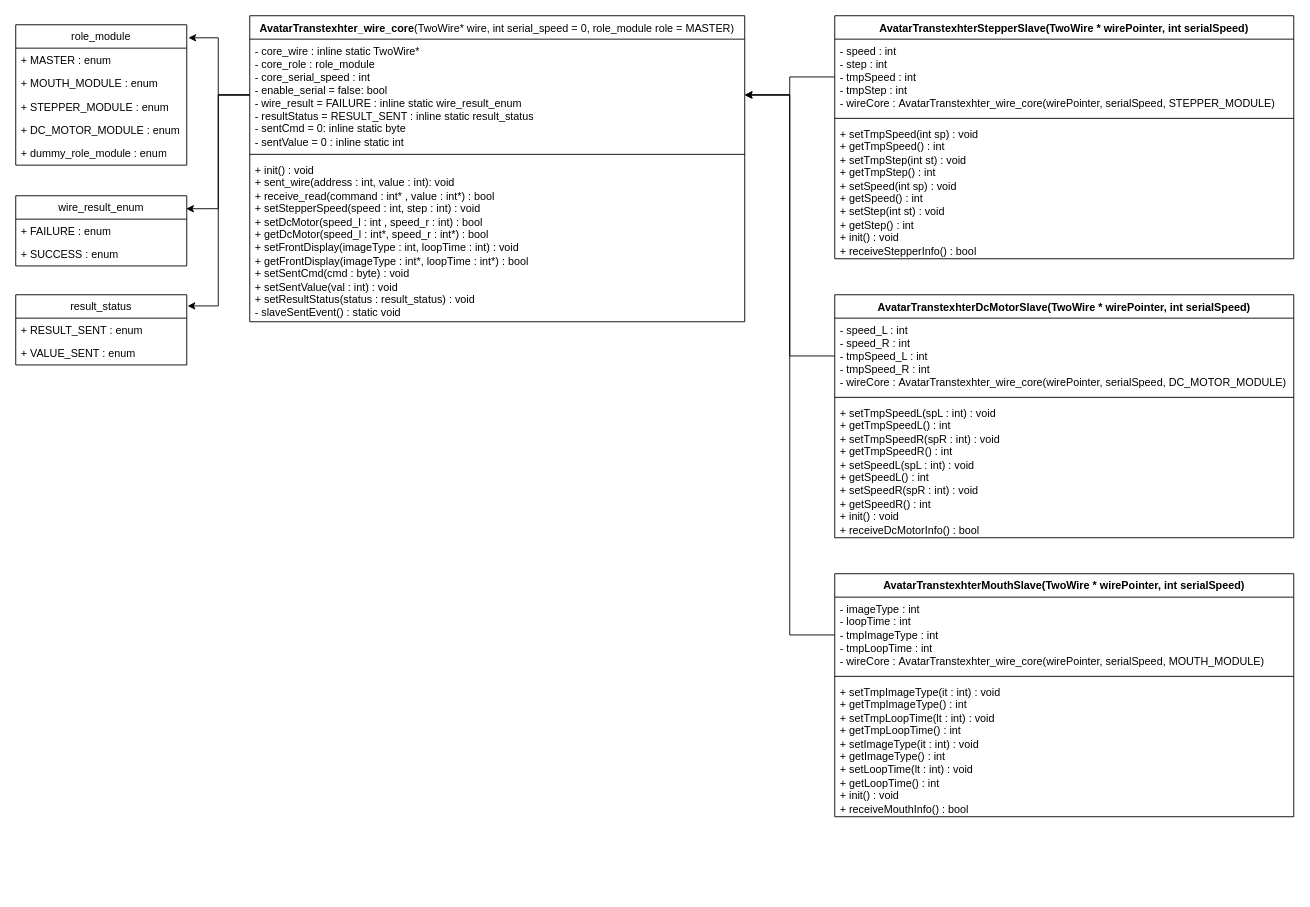
Above: page "クラス図" (1 of 9) of doc/AvatarTranstexhter_wire_core_sequence.drawio in tremagiro/AvatarTranstexhter_wire_core (draw.io), before the change. Source tidied: cells renumbered, new cells numbered last; positions are measured from the earlier drawing's top-left corner, leaving out a move shared by most shapes. Both pictures are drawn from the tidied source at 90%, with x=0, y=0 at pixel (15, 15).
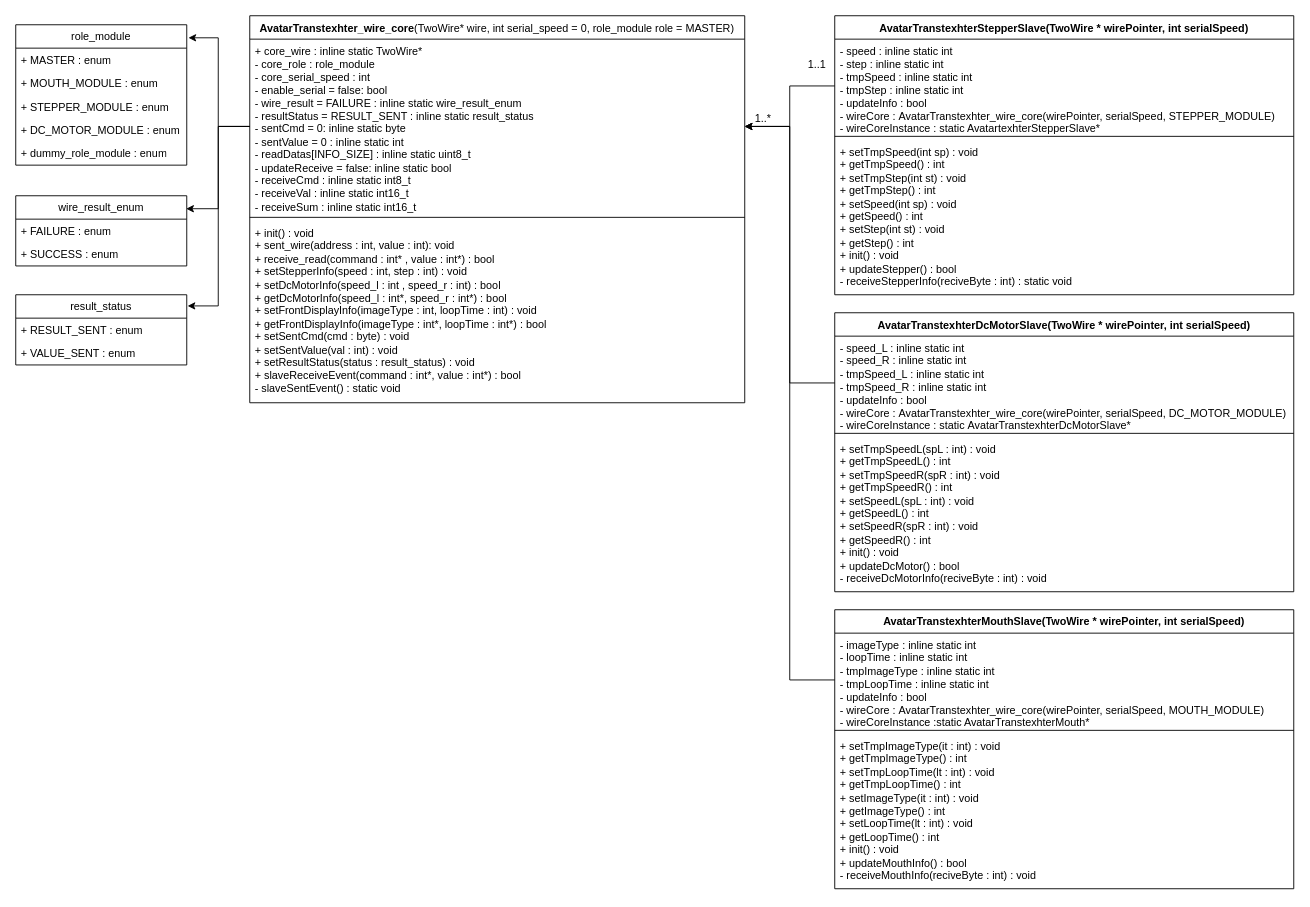
The same diagram, later.

What changed in the source:
```diff
@@
     <mxCell id="2" value="AvatarTranstexhter_wire_core&lt;span style=&quot;font-weight: 400; text-align: left;&quot;&gt;(TwoWire* wire, int serial_speed = 0,&amp;nbsp;&lt;/span&gt;&lt;span style=&quot;font-weight: 400; text-align: left;&quot;&gt;role_module role = MASTER&lt;/span&gt;&lt;span style=&quot;font-weight: 400; text-align: left;&quot;&gt;)&lt;/span&gt;" style="swimlane;fontStyle=1;align=center;verticalAlign=top;horizontal=1;startSize=26;whiteSpace=wrap;html=1;" parent="1" vertex="1">
-      <mxGeometry x="260" width="550" height="340" as="geometry" />
+      <mxGeometry x="260" width="550" height="430" as="geometry" />
     </mxCell>
-    <mxCell id="3" value="- core_wire : inline static TwoWire*&lt;div&gt;- core_role : role_module&lt;/div&gt;&lt;div&gt;- core_serial_speed : int&lt;/div&gt;&lt;div&gt;- enable_serial = false: bool&lt;/div&gt;&lt;div&gt;- wire_result = FAILURE : inline static wire_result_enum&lt;/div&gt;&lt;div&gt;- resultStatus = RESULT_SENT : inline static result_status&lt;/div&gt;&lt;div&gt;- sentCmd = 0: inline static byte&lt;/div&gt;&lt;div&gt;- sentValue = 0 : inline static int&lt;/div&gt;" style="text;strokeColor=none;fillColor=none;align=left;verticalAlign=top;spacingLeft=4;spacingRight=4;overflow=hidden;points=[[0,0.5],[1,0.5]];portConstraint=eastwest;whiteSpace=wrap;html=1;" parent="2" vertex="1">
-      <mxGeometry y="26" width="550" height="124" as="geometry" />
+    <mxCell id="3" value="+ core_wire : inline static TwoWire*&lt;div&gt;- core_role : role_module&lt;/div&gt;&lt;div&gt;- core_serial_speed : int&lt;/div&gt;&lt;div&gt;- enable_serial = false: bool&lt;/div&gt;&lt;div&gt;- wire_result = FAILURE : inline static wire_result_enum&lt;/div&gt;&lt;div&gt;- resultStatus = RESULT_SENT : inline static result_status&lt;/div&gt;&lt;div&gt;- sentCmd = 0: inline static byte&lt;/div&gt;&lt;div&gt;- sentValue = 0 : inline static int&lt;/div&gt;&lt;div&gt;- readDatas[INFO_SIZE] : inline static uint8_t&lt;/div&gt;&lt;div&gt;- updateReceive = false: inline static bool&lt;/div&gt;&lt;div&gt;- receiveCmd : inline static int8_t&lt;/div&gt;&lt;div&gt;- receiveVal : inline static int16_t&lt;/div&gt;&lt;div&gt;- receiveSum : inline static int16_t&lt;/div&gt;" style="text;strokeColor=none;fillColor=none;align=left;verticalAlign=top;spacingLeft=4;spacingRight=4;overflow=hidden;points=[[0,0.5],[1,0.5]];portConstraint=eastwest;whiteSpace=wrap;html=1;" parent="2" vertex="1">
+      <mxGeometry y="26" width="550" height="194" as="geometry" />
     </mxCell>
     <mxCell id="4" style="line;strokeWidth=1;fillColor=none;align=left;verticalAlign=middle;spacingTop=-1;spacingLeft=3;spacingRight=3;labelPosition=right;strokeColor=inherit;" parent="2" vertex="1">
-      <mxGeometry y="150" width="550" height="8" as="geometry" />
+      <mxGeometry y="220" width="550" height="8" as="geometry" />
     </mxCell>
-    <mxCell id="5" value="&lt;div&gt;&lt;span style=&quot;background-color: transparent; color: light-dark(rgb(0, 0, 0), rgb(255, 255, 255));&quot;&gt;+ init() : void&lt;/span&gt;&lt;/div&gt;&lt;div&gt;&lt;span style=&quot;background-color: transparent; color: light-dark(rgb(0, 0, 0), rgb(255, 255, 255));&quot;&gt;+ sent_wire(address : int, value : int): void&lt;/span&gt;&lt;/div&gt;&lt;div&gt;+ receive_read(command : int* , value : int*) : bool&lt;/div&gt;&lt;div&gt;+ setStepperSpeed(speed : int, step : int) : void&lt;/div&gt;&lt;div&gt;+ setDcMotor(speed_l : int , speed_r : int) : bool&lt;/div&gt;&lt;div&gt;+ getDcMotor(speed_l : int*, speed_r : int*) : bool&lt;/div&gt;&lt;div&gt;+ setFrontDisplay(imageType : int, loopTime : int) : void&lt;/div&gt;&lt;div&gt;+ getFrontDisplay(imageType : int*, loopTime : int*) : bool&lt;/div&gt;&lt;div&gt;+ setSentCmd(cmd : byte) : void&lt;/div&gt;&lt;div&gt;+ setSentValue(val : int) : void&lt;/div&gt;&lt;div&gt;+ setResultStatus(status : result_status) : void&lt;/div&gt;-&amp;nbsp;&lt;span style=&quot;background-color: rgb(255, 255, 255); white-space: pre;&quot;&gt;&lt;font face=&quot;Helvetica&quot; style=&quot;color: rgb(0, 0, 0);&quot;&gt;slaveSentEvent&lt;/font&gt;&lt;/span&gt;&lt;span style=&quot;background-color: transparent; color: light-dark(rgb(0, 0, 0), rgb(255, 255, 255));&quot;&gt;() : static void&lt;/span&gt;" style="text;strokeColor=none;fillColor=none;align=left;verticalAlign=top;spacingLeft=4;spacingRight=4;overflow=hidden;whiteSpace=wrap;html=1;" parent="2" vertex="1">
-      <mxGeometry y="158" width="550" height="182" as="geometry" />
+    <mxCell id="5" value="&lt;div&gt;&lt;span style=&quot;background-color: transparent; color: light-dark(rgb(0, 0, 0), rgb(255, 255, 255));&quot;&gt;+ init() : void&lt;/span&gt;&lt;/div&gt;&lt;div&gt;&lt;span style=&quot;background-color: transparent; color: light-dark(rgb(0, 0, 0), rgb(255, 255, 255));&quot;&gt;+ sent_wire(address : int, value : int): void&lt;/span&gt;&lt;/div&gt;&lt;div&gt;+ receive_read(command : int* , value : int*) : bool&lt;/div&gt;&lt;div&gt;+ setStepperInfo(speed : int, step : int) : void&lt;/div&gt;&lt;div&gt;+ setDcMotorInfo(speed_l : int , speed_r : int) : bool&lt;/div&gt;&lt;div&gt;+ getDcMotorInfo(speed_l : int*, speed_r : int*) : bool&lt;/div&gt;&lt;div&gt;+ setFrontDisplayInfo(imageType : int, loopTime : int) : void&lt;/div&gt;&lt;div&gt;+ getFrontDisplayInfo(imageType : int*, loopTime : int*) : bool&lt;/div&gt;&lt;div&gt;+ setSentCmd(cmd : byte) : void&lt;/div&gt;&lt;div&gt;+ setSentValue(val : int) : void&lt;/div&gt;&lt;div&gt;+ setResultStatus(status : result_status) : void&lt;/div&gt;&lt;div&gt;+ slaveReceiveEvent(command : int*, value : int*) : bool&lt;/div&gt;-&amp;nbsp;&lt;span style=&quot;background-color: rgb(255, 255, 255); white-space: pre;&quot;&gt;&lt;font face=&quot;Helvetica&quot; style=&quot;color: rgb(0, 0, 0);&quot;&gt;slaveSentEvent&lt;/font&gt;&lt;/span&gt;&lt;span style=&quot;background-color: transparent; color: light-dark(rgb(0, 0, 0), rgb(255, 255, 255));&quot;&gt;() : static void&lt;/span&gt;" style="text;strokeColor=none;fillColor=none;align=left;verticalAlign=top;spacingLeft=4;spacingRight=4;overflow=hidden;whiteSpace=wrap;html=1;" parent="2" vertex="1">
+      <mxGeometry y="228" width="550" height="202" as="geometry" />
     </mxCell>
@@
     <mxCell id="21" value="AvatarTranstexhterStepperSlave(TwoWire * wirePointer, int serialSpeed)" style="swimlane;fontStyle=1;align=center;verticalAlign=top;horizontal=1;startSize=26;whiteSpace=wrap;html=1;" parent="1" vertex="1">
-      <mxGeometry x="910" width="510" height="270" as="geometry" />
+      <mxGeometry x="910" width="510" height="310" as="geometry" />
     </mxCell>
-    <mxCell id="22" value="- speed : int&lt;div&gt;- step : int&lt;/div&gt;&lt;div&gt;- tmpSpeed : int&lt;/div&gt;&lt;div&gt;- tmpStep : int&lt;/div&gt;&lt;div&gt;- wireCore :&amp;nbsp;&lt;span style=&quot;text-align: center; background-color: transparent; color: light-dark(rgb(0, 0, 0), rgb(255, 255, 255));&quot;&gt;AvatarTranstexhter_wire_core(wirePointer, serialSpeed,&amp;nbsp;&lt;/span&gt;&lt;span style=&quot;text-align: center; background-color: transparent; color: light-dark(rgb(0, 0, 0), rgb(255, 255, 255));&quot;&gt;STEPPER_MODULE&lt;/span&gt;&lt;span style=&quot;background-color: transparent; color: light-dark(rgb(0, 0, 0), rgb(255, 255, 255)); text-align: center;&quot;&gt;)&lt;/span&gt;&lt;/div&gt;" style="text;strokeColor=none;fillColor=none;align=left;verticalAlign=top;spacingLeft=4;spacingRight=4;overflow=hidden;points=[[0,0.5],[1,0.5]];portConstraint=eastwest;whiteSpace=wrap;html=1;" parent="21" vertex="1">
-      <mxGeometry y="26" width="510" height="84" as="geometry" />
+    <mxCell id="22" value="- speed : inline static int&lt;div&gt;- step : inline static int&lt;/div&gt;&lt;div&gt;- tmpSpeed : inline static int&lt;/div&gt;&lt;div&gt;- tmpStep : inline static int&lt;/div&gt;&lt;div&gt;- updateInfo : bool&lt;/div&gt;&lt;div&gt;- wireCore :&amp;nbsp;&lt;span style=&quot;text-align: center; background-color: transparent; color: light-dark(rgb(0, 0, 0), rgb(255, 255, 255));&quot;&gt;AvatarTranstexhter_wire_core(wirePointer, serialSpeed,&amp;nbsp;&lt;/span&gt;&lt;span style=&quot;text-align: center; background-color: transparent; color: light-dark(rgb(0, 0, 0), rgb(255, 255, 255));&quot;&gt;STEPPER_MODULE&lt;/span&gt;&lt;span style=&quot;background-color: transparent; color: light-dark(rgb(0, 0, 0), rgb(255, 255, 255)); text-align: center;&quot;&gt;)&lt;/span&gt;&lt;/div&gt;&lt;div&gt;&lt;span style=&quot;background-color: transparent; color: light-dark(rgb(0, 0, 0), rgb(255, 255, 255)); text-align: center;&quot;&gt;- wireCoreInstance : static AvatartexhterStepperSlave*&lt;/span&gt;&lt;/div&gt;" style="text;strokeColor=none;fillColor=none;align=left;verticalAlign=top;spacingLeft=4;spacingRight=4;overflow=hidden;points=[[0,0.5],[1,0.5]];portConstraint=eastwest;whiteSpace=wrap;html=1;" parent="21" vertex="1">
+      <mxGeometry y="26" width="510" height="104" as="geometry" />
     </mxCell>
     <mxCell id="23" style="line;strokeWidth=1;fillColor=none;align=left;verticalAlign=middle;spacingTop=-1;spacingLeft=3;spacingRight=3;labelPosition=right;strokeColor=inherit;" parent="21" vertex="1">
-      <mxGeometry y="110" width="510" height="8" as="geometry" />
+      <mxGeometry y="130" width="510" height="8" as="geometry" />
     </mxCell>
-    <mxCell id="24" value="+ setTmpSpeed(int sp) : void&lt;div&gt;+ getTmpSpeed() : int&lt;/div&gt;&lt;div&gt;+ setTmpStep(int st) : void&lt;/div&gt;&lt;div&gt;+ getTmpStep() : int&lt;/div&gt;&lt;div&gt;+ setSpeed(int sp) : void&lt;div&gt;+ getSpeed() : int&lt;/div&gt;&lt;div&gt;+ setStep(int st) : void&lt;/div&gt;&lt;div&gt;+ getStep() : int&lt;/div&gt;&lt;/div&gt;&lt;div&gt;+ init() : void&lt;br&gt;&lt;/div&gt;&lt;div&gt;+ receiveStepperInfo() : bool&lt;/div&gt;" style="text;strokeColor=none;fillColor=none;align=left;verticalAlign=top;spacingLeft=4;spacingRight=4;overflow=hidden;whiteSpace=wrap;html=1;" parent="21" vertex="1">
-      <mxGeometry y="118" width="510" height="152" as="geometry" />
+    <mxCell id="24" value="+ setTmpSpeed(int sp) : void&lt;div&gt;+ getTmpSpeed() : int&lt;/div&gt;&lt;div&gt;+ setTmpStep(int st) : void&lt;/div&gt;&lt;div&gt;+ getTmpStep() : int&lt;/div&gt;&lt;div&gt;+ setSpeed(int sp) : void&lt;div&gt;+ getSpeed() : int&lt;/div&gt;&lt;div&gt;+ setStep(int st) : void&lt;/div&gt;&lt;div&gt;+ getStep() : int&lt;/div&gt;&lt;/div&gt;&lt;div&gt;+ init() : void&lt;br&gt;&lt;/div&gt;&lt;div&gt;+ updateStepper() : bool&lt;/div&gt;&lt;div&gt;- receiveStepperInfo(reciveByte : int) : static void&lt;/div&gt;" style="text;strokeColor=none;fillColor=none;align=left;verticalAlign=top;spacingLeft=4;spacingRight=4;overflow=hidden;whiteSpace=wrap;html=1;" parent="21" vertex="1">
+      <mxGeometry y="138" width="510" height="172" as="geometry" />
     </mxCell>
@@
     <mxCell id="26" value="AvatarTranstexhterDcMotorSlave(TwoWire * wirePointer, int serialSpeed)" style="swimlane;fontStyle=1;align=center;verticalAlign=top;horizontal=1;startSize=26;whiteSpace=wrap;html=1;" parent="1" vertex="1">
-      <mxGeometry x="910" y="310" width="510" height="270" as="geometry" />
+      <mxGeometry x="910" y="330" width="510" height="310" as="geometry" />
     </mxCell>
-    <mxCell id="27" value="- speed_L : int&lt;div&gt;- speed_R : int&lt;/div&gt;&lt;div&gt;- tmpSpeed_L : int&lt;/div&gt;&lt;div&gt;- tmpSpeed_R : int&lt;/div&gt;&lt;div&gt;- wireCore :&amp;nbsp;&lt;span style=&quot;text-align: center; background-color: transparent; color: light-dark(rgb(0, 0, 0), rgb(255, 255, 255));&quot;&gt;AvatarTranstexhter_wire_core(wirePointer, serialSpeed,&amp;nbsp;&lt;/span&gt;&lt;span style=&quot;text-align: center; background-color: transparent; color: light-dark(rgb(0, 0, 0), rgb(255, 255, 255));&quot;&gt;DC_MOTOR_MODULE&lt;/span&gt;&lt;span style=&quot;background-color: transparent; color: light-dark(rgb(0, 0, 0), rgb(255, 255, 255)); text-align: center;&quot;&gt;)&lt;/span&gt;&lt;/div&gt;" style="text;strokeColor=none;fillColor=none;align=left;verticalAlign=top;spacingLeft=4;spacingRight=4;overflow=hidden;points=[[0,0.5],[1,0.5]];portConstraint=eastwest;whiteSpace=wrap;html=1;" parent="26" vertex="1">
-      <mxGeometry y="26" width="510" height="84" as="geometry" />
+    <mxCell id="27" value="- speed_L : inline static int&lt;div&gt;- speed_R : inline static int&lt;/div&gt;&lt;div&gt;- tmpSpeed_L : inline static int&lt;/div&gt;&lt;div&gt;- tmpSpeed_R : inline static int&lt;/div&gt;&lt;div&gt;- updateInfo : bool&lt;/div&gt;&lt;div&gt;- wireCore :&amp;nbsp;&lt;span style=&quot;text-align: center; background-color: transparent; color: light-dark(rgb(0, 0, 0), rgb(255, 255, 255));&quot;&gt;AvatarTranstexhter_wire_core(wirePointer, serialSpeed,&amp;nbsp;&lt;/span&gt;&lt;span style=&quot;text-align: center; background-color: transparent; color: light-dark(rgb(0, 0, 0), rgb(255, 255, 255));&quot;&gt;DC_MOTOR_MODULE&lt;/span&gt;&lt;span style=&quot;background-color: transparent; color: light-dark(rgb(0, 0, 0), rgb(255, 255, 255)); text-align: center;&quot;&gt;)&lt;/span&gt;&lt;/div&gt;&lt;div&gt;&lt;span style=&quot;background-color: transparent; color: light-dark(rgb(0, 0, 0), rgb(255, 255, 255)); text-align: center;&quot;&gt;- wireCoreInstance : static&amp;nbsp;&lt;/span&gt;&lt;span style=&quot;text-align: center; background-color: transparent; color: light-dark(rgb(0, 0, 0), rgb(255, 255, 255));&quot;&gt;AvatarTranstexhterDcMotorSlave*&lt;/span&gt;&lt;/div&gt;" style="text;strokeColor=none;fillColor=none;align=left;verticalAlign=top;spacingLeft=4;spacingRight=4;overflow=hidden;points=[[0,0.5],[1,0.5]];portConstraint=eastwest;whiteSpace=wrap;html=1;" parent="26" vertex="1">
+      <mxGeometry y="26" width="510" height="104" as="geometry" />
     </mxCell>
     <mxCell id="28" style="line;strokeWidth=1;fillColor=none;align=left;verticalAlign=middle;spacingTop=-1;spacingLeft=3;spacingRight=3;labelPosition=right;strokeColor=inherit;" parent="26" vertex="1">
-      <mxGeometry y="110" width="510" height="8" as="geometry" />
+      <mxGeometry y="130" width="510" height="8" as="geometry" />
     </mxCell>
-    <mxCell id="29" value="+ setTmpSpeedL(spL : int) : void&lt;div&gt;+ getTmpSpeedL() : int&lt;/div&gt;&lt;div&gt;+ setTmpSpeedR(spR : int) : void&lt;/div&gt;&lt;div&gt;+ getTmpSpeedR() : int&lt;/div&gt;&lt;div&gt;+ setSpeedL(spL : int) : void&lt;div&gt;+ getSpeedL() : int&lt;/div&gt;&lt;div&gt;+ setSpeedR(spR : int) : void&lt;/div&gt;&lt;div&gt;+ getSpeedR() : int&lt;/div&gt;&lt;/div&gt;&lt;div&gt;+ init() : void&lt;br&gt;&lt;/div&gt;&lt;div&gt;+ receiveDcMotorInfo() : bool&lt;/div&gt;" style="text;strokeColor=none;fillColor=none;align=left;verticalAlign=top;spacingLeft=4;spacingRight=4;overflow=hidden;whiteSpace=wrap;html=1;" parent="26" vertex="1">
-      <mxGeometry y="118" width="510" height="152" as="geometry" />
+    <mxCell id="29" value="+ setTmpSpeedL(spL : int) : void&lt;div&gt;+ getTmpSpeedL() : int&lt;/div&gt;&lt;div&gt;+ setTmpSpeedR(spR : int) : void&lt;/div&gt;&lt;div&gt;+ getTmpSpeedR() : int&lt;/div&gt;&lt;div&gt;+ setSpeedL(spL : int) : void&lt;div&gt;+ getSpeedL() : int&lt;/div&gt;&lt;div&gt;+ setSpeedR(spR : int) : void&lt;/div&gt;&lt;div&gt;+ getSpeedR() : int&lt;/div&gt;&lt;/div&gt;&lt;div&gt;+ init() : void&lt;br&gt;&lt;/div&gt;&lt;div&gt;+ updateDcMotor() : bool&lt;/div&gt;&lt;div&gt;- receiveDcMotorInfo(reciveByte : int) : void&lt;/div&gt;" style="text;strokeColor=none;fillColor=none;align=left;verticalAlign=top;spacingLeft=4;spacingRight=4;overflow=hidden;whiteSpace=wrap;html=1;" parent="26" vertex="1">
+      <mxGeometry y="138" width="510" height="172" as="geometry" />
     </mxCell>
@@
     <mxCell id="31" value="AvatarTranstexhterMouthSlave(TwoWire * wirePointer, int serialSpeed)" style="swimlane;fontStyle=1;align=center;verticalAlign=top;horizontal=1;startSize=26;whiteSpace=wrap;html=1;" parent="1" vertex="1">
-      <mxGeometry x="910" y="620" width="510" height="270" as="geometry" />
+      <mxGeometry x="910" y="660" width="510" height="310" as="geometry" />
     </mxCell>
-    <mxCell id="32" value="- imageType : int&lt;div&gt;- loopTime : int&lt;/div&gt;&lt;div&gt;- tmpImageType : int&lt;/div&gt;&lt;div&gt;- tmpLoopTime : int&lt;/div&gt;&lt;div&gt;- wireCore :&amp;nbsp;&lt;span style=&quot;text-align: center; background-color: transparent; color: light-dark(rgb(0, 0, 0), rgb(255, 255, 255));&quot;&gt;AvatarTranstexhter_wire_core(wirePointer, serialSpeed,&amp;nbsp;&lt;/span&gt;&lt;span style=&quot;text-align: center; background-color: transparent; color: light-dark(rgb(0, 0, 0), rgb(255, 255, 255));&quot;&gt;MOUTH_MODULE&lt;/span&gt;&lt;span style=&quot;background-color: transparent; color: light-dark(rgb(0, 0, 0), rgb(255, 255, 255)); text-align: center;&quot;&gt;)&lt;/span&gt;&lt;/div&gt;" style="text;strokeColor=none;fillColor=none;align=left;verticalAlign=top;spacingLeft=4;spacingRight=4;overflow=hidden;points=[[0,0.5],[1,0.5]];portConstraint=eastwest;whiteSpace=wrap;html=1;" parent="31" vertex="1">
-      <mxGeometry y="26" width="510" height="84" as="geometry" />
+    <mxCell id="32" value="- imageType : inline static int&lt;div&gt;- loopTime : inline static int&lt;/div&gt;&lt;div&gt;- tmpImageType : inline static int&lt;/div&gt;&lt;div&gt;- tmpLoopTime : inline static int&lt;/div&gt;&lt;div&gt;- updateInfo : bool&lt;/div&gt;&lt;div&gt;- wireCore :&amp;nbsp;&lt;span style=&quot;text-align: center; background-color: transparent; color: light-dark(rgb(0, 0, 0), rgb(255, 255, 255));&quot;&gt;AvatarTranstexhter_wire_core(wirePointer, serialSpeed,&amp;nbsp;&lt;/span&gt;&lt;span style=&quot;text-align: center; background-color: transparent; color: light-dark(rgb(0, 0, 0), rgb(255, 255, 255));&quot;&gt;MOUTH_MODULE&lt;/span&gt;&lt;span style=&quot;background-color: transparent; color: light-dark(rgb(0, 0, 0), rgb(255, 255, 255)); text-align: center;&quot;&gt;)&lt;/span&gt;&lt;/div&gt;&lt;div&gt;&lt;span style=&quot;background-color: transparent; color: light-dark(rgb(0, 0, 0), rgb(255, 255, 255)); text-align: center;&quot;&gt;- wireCoreInstance :static AvatarTranstexhterMouth*&lt;/span&gt;&lt;/div&gt;" style="text;strokeColor=none;fillColor=none;align=left;verticalAlign=top;spacingLeft=4;spacingRight=4;overflow=hidden;points=[[0,0.5],[1,0.5]];portConstraint=eastwest;whiteSpace=wrap;html=1;" parent="31" vertex="1">
+      <mxGeometry y="26" width="510" height="104" as="geometry" />
     </mxCell>
     <mxCell id="33" style="line;strokeWidth=1;fillColor=none;align=left;verticalAlign=middle;spacingTop=-1;spacingLeft=3;spacingRight=3;labelPosition=right;strokeColor=inherit;" parent="31" vertex="1">
-      <mxGeometry y="110" width="510" height="8" as="geometry" />
+      <mxGeometry y="130" width="510" height="8" as="geometry" />
     </mxCell>
-    <mxCell id="34" value="+ setTmpImageType(it : int) : void&lt;div&gt;+ getTmpImageType() : int&lt;/div&gt;&lt;div&gt;+ setTmpLoopTime(lt : int) : void&lt;/div&gt;&lt;div&gt;+ getTmpLoopTime() : int&lt;/div&gt;&lt;div&gt;+ setImageType(it : int) : void&lt;div&gt;+ getImageType() : int&lt;/div&gt;&lt;div&gt;+ setLoopTime(lt : int) : void&lt;/div&gt;&lt;div&gt;+ getLoopTime() : int&lt;/div&gt;&lt;/div&gt;&lt;div&gt;+ init() : void&lt;br&gt;&lt;/div&gt;&lt;div&gt;+ receiveMouthInfo() : bool&lt;/div&gt;" style="text;strokeColor=none;fillColor=none;align=left;verticalAlign=top;spacingLeft=4;spacingRight=4;overflow=hidden;whiteSpace=wrap;html=1;" parent="31" vertex="1">
-      <mxGeometry y="118" width="510" height="152" as="geometry" />
+    <mxCell id="34" value="+ setTmpImageType(it : int) : void&lt;div&gt;+ getTmpImageType() : int&lt;/div&gt;&lt;div&gt;+ setTmpLoopTime(lt : int) : void&lt;/div&gt;&lt;div&gt;+ getTmpLoopTime() : int&lt;/div&gt;&lt;div&gt;+ setImageType(it : int) : void&lt;div&gt;+ getImageType() : int&lt;/div&gt;&lt;div&gt;+ setLoopTime(lt : int) : void&lt;/div&gt;&lt;div&gt;+ getLoopTime() : int&lt;/div&gt;&lt;/div&gt;&lt;div&gt;+ init() : void&lt;br&gt;&lt;/div&gt;&lt;div&gt;+ updateMouthInfo() : bool&lt;/div&gt;&lt;div&gt;- receiveMouthInfo(reciveByte : int) : void&lt;/div&gt;" style="text;strokeColor=none;fillColor=none;align=left;verticalAlign=top;spacingLeft=4;spacingRight=4;overflow=hidden;whiteSpace=wrap;html=1;" parent="31" vertex="1">
+      <mxGeometry y="138" width="510" height="172" as="geometry" />
     </mxCell>
@@
+    <mxCell id="36" value="1..*" style="text;html=1;align=center;verticalAlign=middle;strokeColor=none;fillColor=none;" parent="1" vertex="1">
+      <mxGeometry x="810" y="100" width="40" height="30" as="geometry" />
+    </mxCell>
+    <mxCell id="37" value="1..1" style="text;html=1;align=center;verticalAlign=middle;strokeColor=none;fillColor=none;" parent="1" vertex="1">
+      <mxGeometry x="870" y="40" width="40" height="30" as="geometry" />
+    </mxCell>
```
